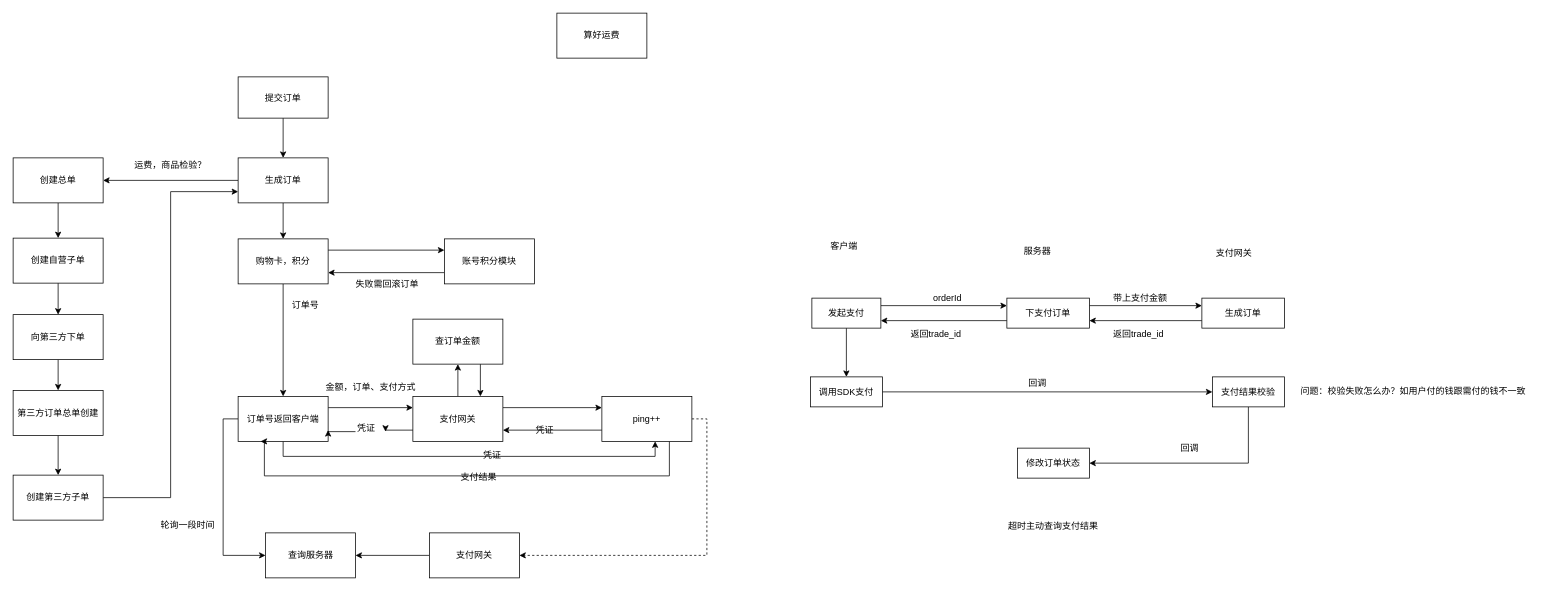
onwayboy/- keeps this draw.io diagram as 订单流程.drawio. Above is the earlier version. Source tidied: cells renumbered, new cells numbered last; positions are measured from the earlier drawing's top-left corner, leaving out a move shared by most shapes. Both pictures are drawn from the tidied source at 75%, with x=0, y=0 at pixel (13, 13).
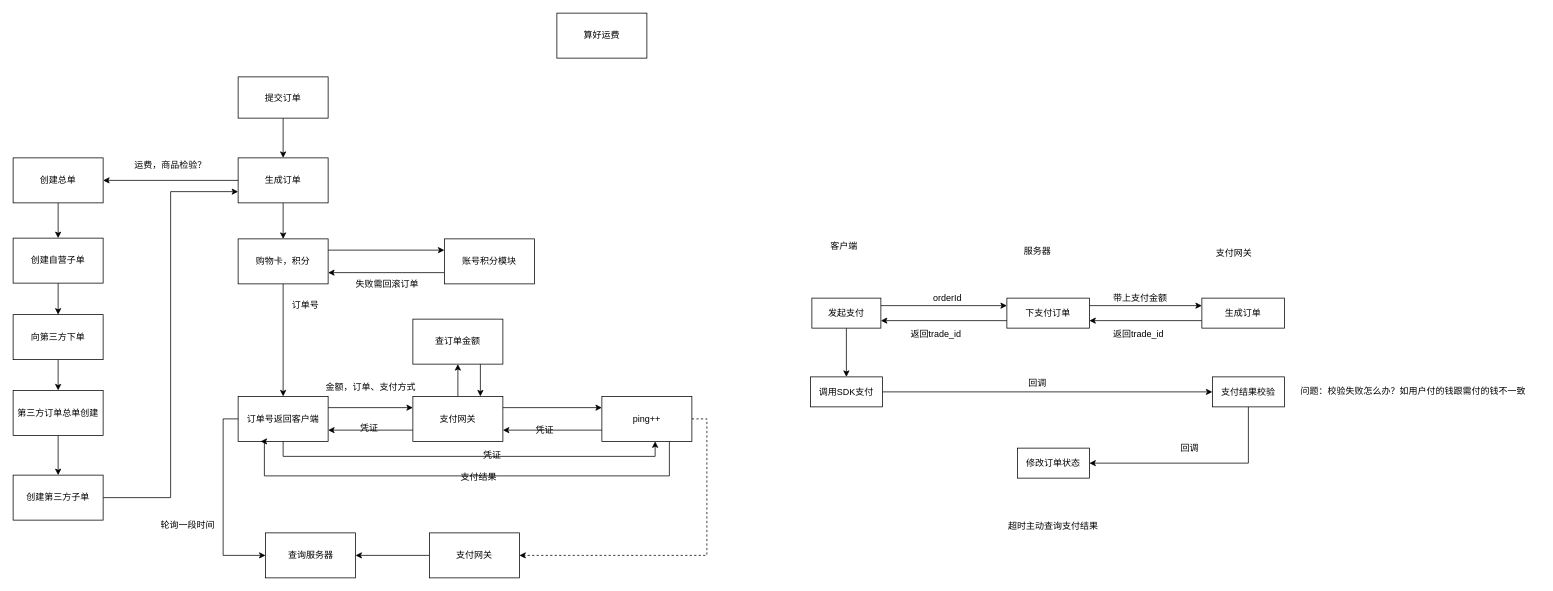
The same diagram, later.

The change refers to these unchanged cells:
```xml
<mxCell id="37" value="订单号返回客户端" style="rounded=0;whiteSpace=wrap;html=1;" parent="1" vertex="1">
  <mxGeometry x="300" y="511" width="120" height="60" as="geometry" />
</mxCell>
<mxCell id="43" value="支付网关" style="rounded=0;whiteSpace=wrap;html=1;" parent="1" vertex="1">
  <mxGeometry x="533" y="511" width="120" height="60" as="geometry" />
</mxCell>
```

The edit, as a diff of the source:
```diff
@@
-    <mxCell id="41" style="edgeStyle=orthogonalEdgeStyle;rounded=0;jettySize=auto;html=1;exitX=0;exitY=0.75;exitDx=0;exitDy=0;entryX=1;entryY=0.75;entryDx=0;entryDy=0;" parent="1" edge="1" source="72" target="37">
-      <mxGeometry relative="1" as="geometry" />
-    </mxCell>
@@
+    <mxCell id="74" style="edgeStyle=orthogonalEdgeStyle;rounded=0;jettySize=auto;html=1;exitX=0;exitY=0.75;exitDx=0;exitDy=0;entryX=1;entryY=0.75;entryDx=0;entryDy=0;" parent="1" edge="1" source="43" target="37">
+      <mxGeometry relative="1" as="geometry" />
+    </mxCell>
@@
     <mxCell id="72" value="凭证" style="text;html=1;points=[];align=left;verticalAlign=top;spacingTop=-4;" parent="1" vertex="1">
-      <mxGeometry x="456.5" y="543" width="40" height="20" as="geometry" />
+      <mxGeometry x="461" y="544" width="40" height="20" as="geometry" />
     </mxCell>
-    <mxCell id="73" style="edgeStyle=orthogonalEdgeStyle;rounded=0;jettySize=auto;html=1;exitX=0;exitY=0.75;exitDx=0;exitDy=0;entryX=1;entryY=0.75;entryDx=0;entryDy=0;" parent="1" edge="1" source="43" target="72">
-      <mxGeometry relative="1" as="geometry" />
-    </mxCell>
```
